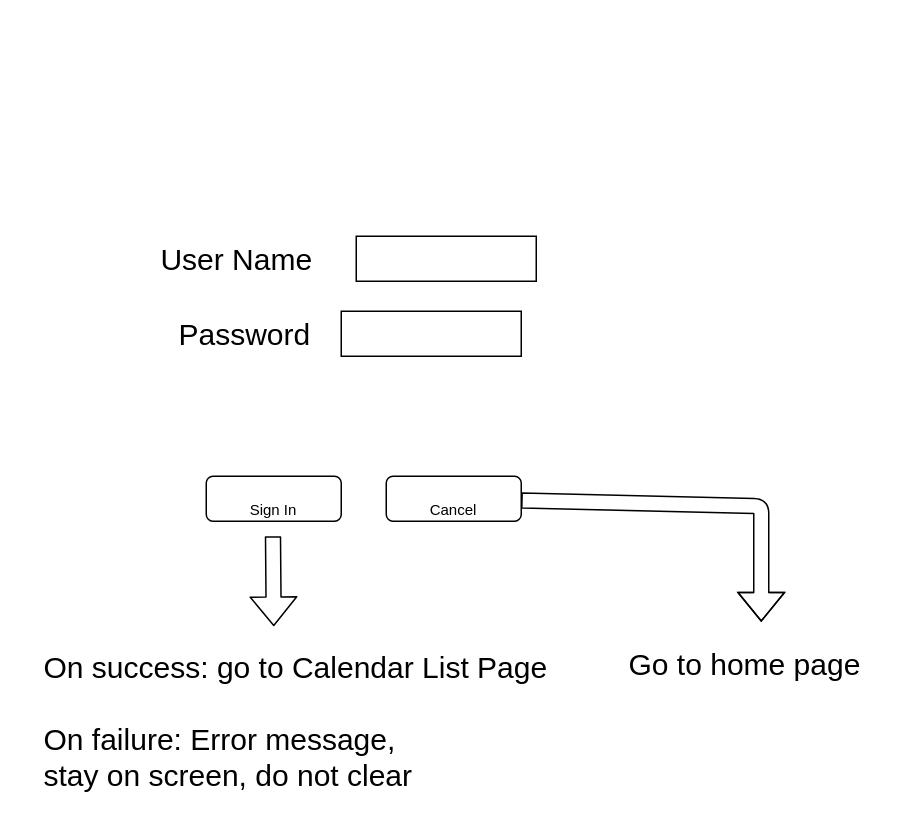
Above: markdown_images/drawio/mockup-sigin.drawio in ethanstrominger/EventFinderDemo (draw.io), before the change. Source tidied: cells renumbered, new cells numbered last; positions are measured from the earlier drawing's top-left corner, leaving out a move shared by most shapes. Both pictures are drawn from the tidied source at 150%, with x=0, y=0 at pixel (40, 236).
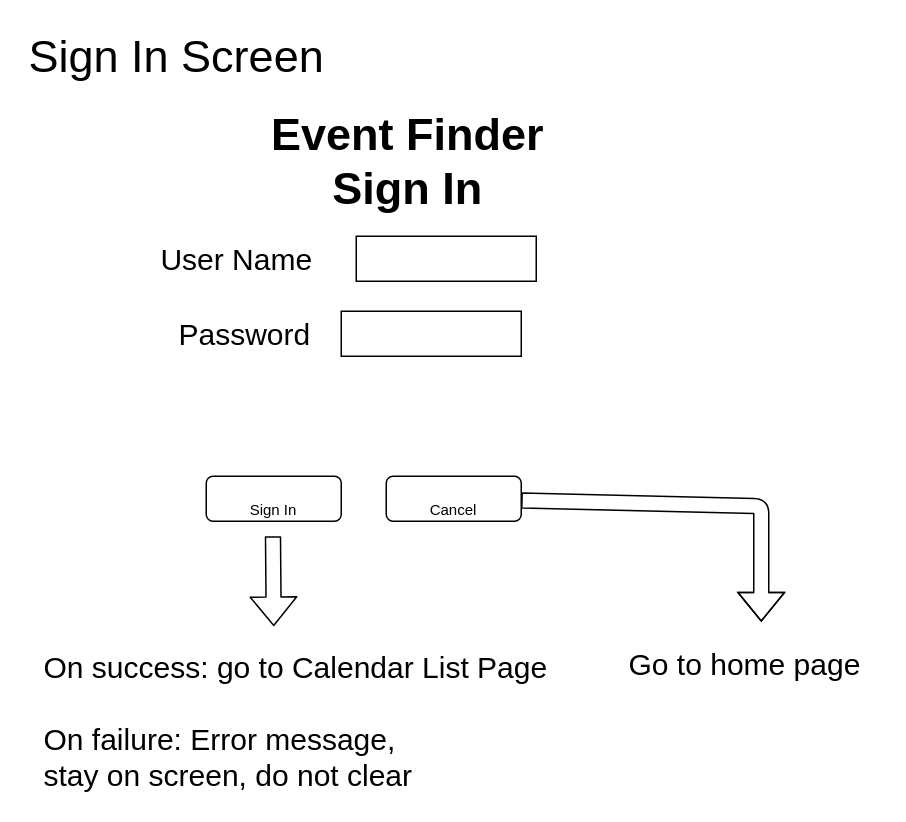
After the change.

Diff of the diagram source:
```diff
@@
 <mxGraphModel>
   <root>
     <mxCell id="0" />
     <mxCell id="1" parent="0" />
     <mxCell id="2" style="rounded=0;whiteSpace=wrap;html=1;" parent="1" vertex="1">
       <mxGeometry x="210" width="120" height="30" as="geometry" />
     </mxCell>
     <mxCell id="3" value="User Name" style="text;html=1;align=center;verticalAlign=middle;fontSize=20;" parent="1" vertex="1">
       <mxGeometry x="70" width="120" height="30" as="geometry" />
     </mxCell>
     <mxCell id="4" style="rounded=0;whiteSpace=wrap;html=1;" parent="1" vertex="1">
       <mxGeometry x="200" y="50" width="120" height="30" as="geometry" />
     </mxCell>
     <mxCell id="5" value="Password" style="text;html=1;align=left;verticalAlign=middle;fontSize=20;" parent="1" vertex="1">
       <mxGeometry x="90" y="50" width="100" height="30" as="geometry" />
     </mxCell>
     <mxCell id="6" value="&lt;font size=&quot;1&quot;&gt;Sign In&lt;/font&gt;" style="rounded=1;whiteSpace=wrap;html=1;strokeColor=#000000;fontSize=30;" parent="1" vertex="1">
       <mxGeometry x="110" y="160" width="90" height="30" as="geometry" />
     </mxCell>
     <mxCell id="7" value="&lt;font size=&quot;1&quot;&gt;Cancel&lt;/font&gt;" style="rounded=1;whiteSpace=wrap;html=1;strokeColor=#000000;fontSize=30;" parent="1" vertex="1">
       <mxGeometry x="230" y="160" width="90" height="30" as="geometry" />
     </mxCell>
     <mxCell id="8" style="shape=flexArrow;endArrow=classic;html=1;fontSize=20;" parent="1" edge="1">
       <mxGeometry relative="1" as="geometry">
         <mxPoint x="154.5" y="200" as="sourcePoint" />
         <mxPoint x="155" y="260" as="targetPoint" />
       </mxGeometry>
     </mxCell>
     <mxCell id="9" style="shape=flexArrow;endArrow=classic;html=1;fontSize=20;" parent="1" edge="1" source="7">
       <mxGeometry relative="1" as="geometry">
         <mxPoint x="480" y="257" as="targetPoint" />
         <Array as="points">
           <mxPoint x="480" y="180" />
         </Array>
       </mxGeometry>
     </mxCell>
     <mxCell id="10" value="On success: go to Calendar List Page&lt;br&gt;&lt;div&gt;&lt;span&gt;&lt;br&gt;&lt;/span&gt;&lt;/div&gt;&lt;div&gt;&lt;span&gt;On failure: Error message,&lt;/span&gt;&lt;/div&gt;&lt;div&gt;&lt;span&gt;stay on screen, do not clear&lt;/span&gt;&lt;/div&gt;" style="text;html=1;align=left;verticalAlign=middle;fontSize=20;" parent="1" vertex="1">
       <mxGeometry y="273" width="350" height="100" as="geometry" />
     </mxCell>
     <mxCell id="11" value="Go to home page" style="text;html=1;align=left;verticalAlign=middle;fontSize=20;" parent="1" vertex="1">
       <mxGeometry x="390" y="270" width="170" height="30" as="geometry" />
     </mxCell>
+    <mxCell id="12" value="Event Finder&lt;br&gt;Sign In" style="text;html=1;align=center;verticalAlign=middle;fontStyle=1;fontSize=30;" parent="1" vertex="1">
+      <mxGeometry x="144" y="-90" width="200" height="80" as="geometry" />
+    </mxCell>
+    <mxCell id="13" value="Sign In Screen" style="text;html=1;align=left;verticalAlign=middle;fontSize=30;" parent="1" vertex="1">
+      <mxGeometry x="-10" y="-140" width="210" height="40" as="geometry" />
+    </mxCell>
   </root>
 </mxGraphModel>
```
